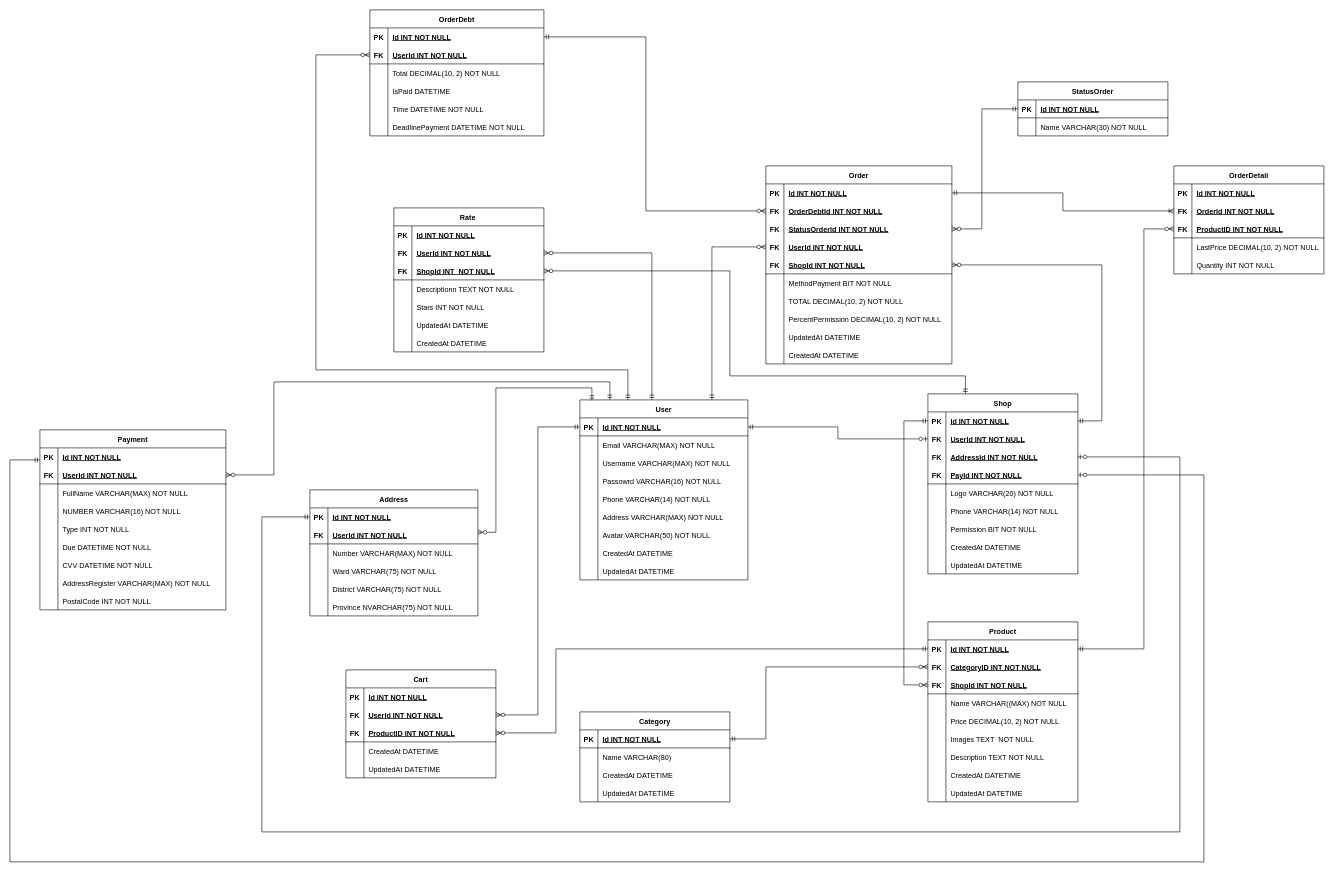
Above: Doc/Diagram/ERD/ERD.drawio in PhuNguyen01997/P-P-Commercial-Sem04 (draw.io), before the change. Source tidied: cells renumbered, new cells numbered last; positions are measured from the earlier drawing's top-left corner, leaving out a move shared by most shapes. Both pictures are drawn from the tidied source at 60%, with x=0, y=0 at pixel (10, 10).
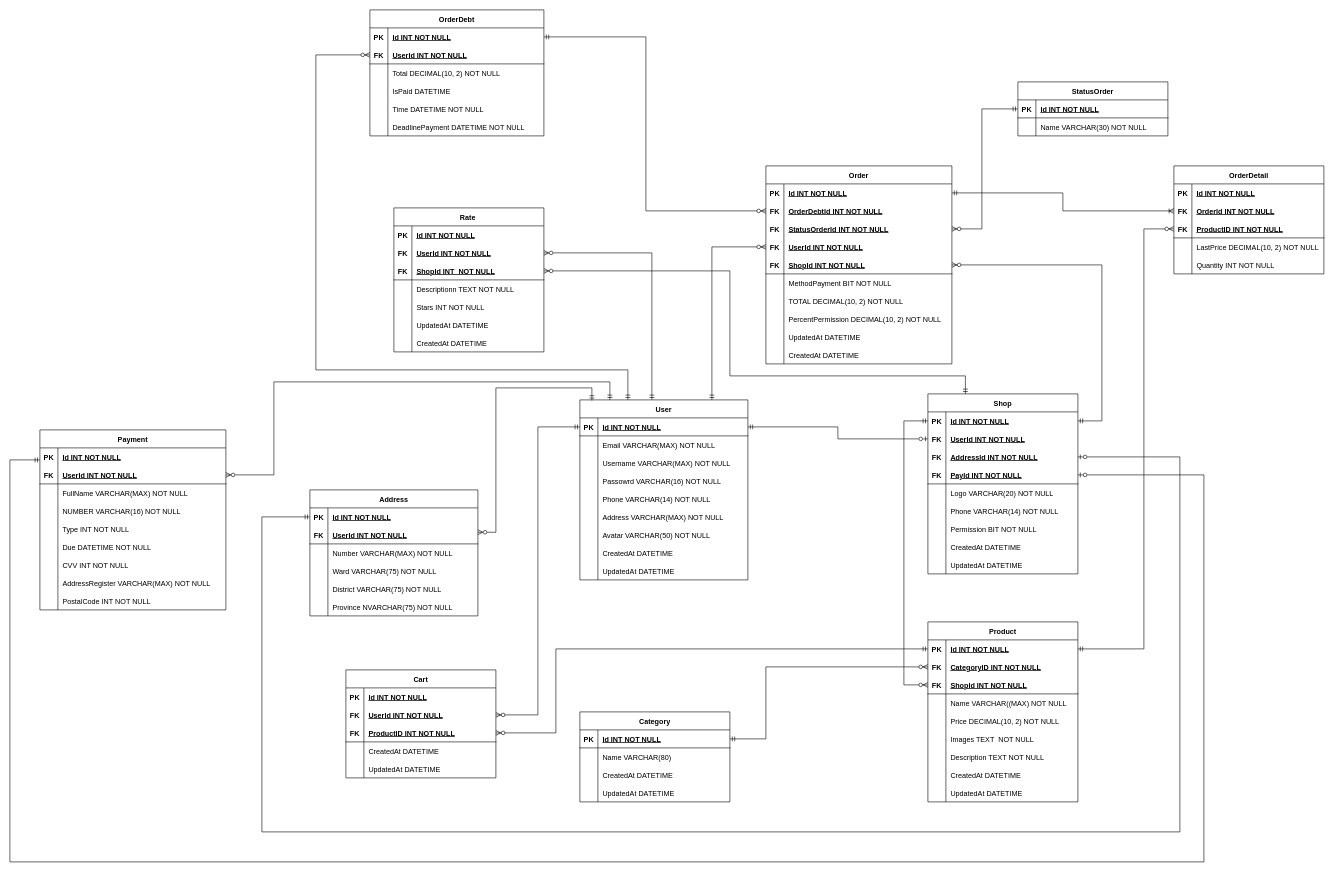
After the change.

Unchanged cells that the change refers to:
```xml
<mxCell id="264" style="shape=partialRectangle;fillColor=none;top=0;left=0;right=0;bottom=0;" parent="245" vertex="1">
  <mxGeometry y="210" width="310" height="30" as="geometry" />
</mxCell>
```

Diff of the diagram source:
```diff
@@
-    <mxCell id="266" value="CVV DATETIME NOT NULL" style="shape=partialRectangle;overflow=hidden;fillColor=none;top=0;left=0;bottom=0;right=0;align=left;spacingLeft=6;" parent="264" vertex="1">
+    <mxCell id="266" value="CVV INT NOT NULL" style="shape=partialRectangle;overflow=hidden;fillColor=none;top=0;left=0;bottom=0;right=0;align=left;spacingLeft=6;" parent="264" vertex="1">
       <mxGeometry x="30" width="280" height="30" as="geometry" />
     </mxCell>
```
